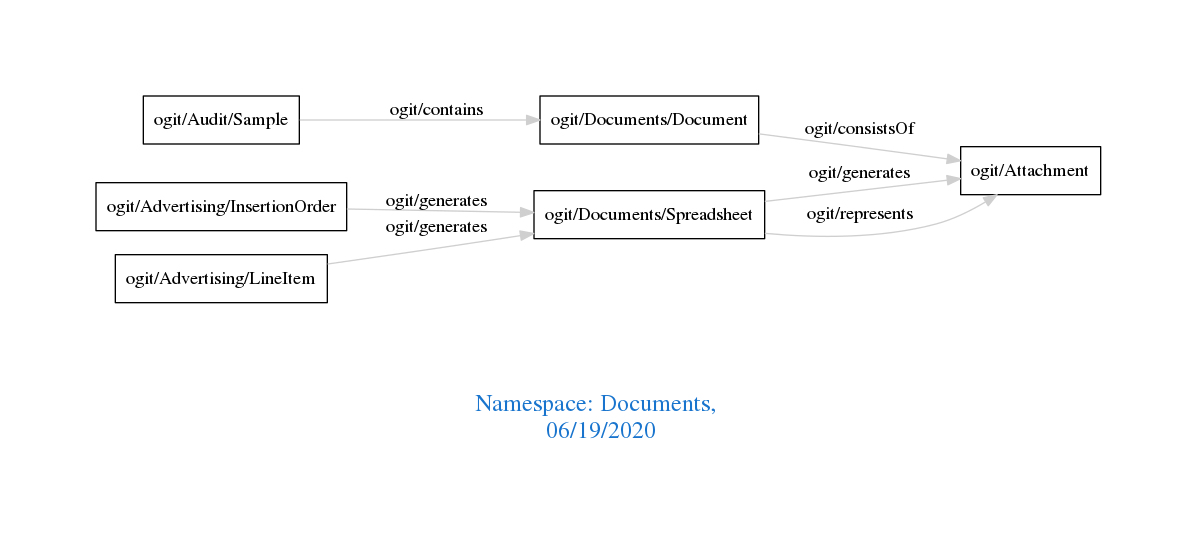
This is downloads/Documents.png from arago/OGIT, a Graphviz export, as it was before one commit. Its source is kept beside it as downloads/Documents.dot.
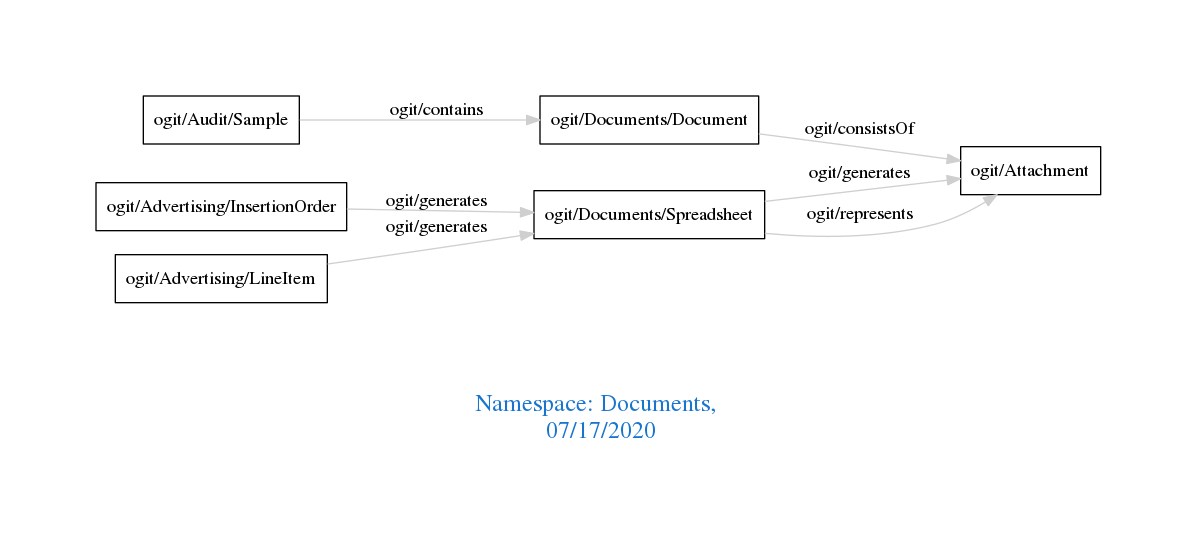
The same diagram one commit later.

The edit, as a diff of the source:
```diff
@@ -1,7 +1,7 @@
 digraph OGIT_ontology {
  graph [ rankdir= LR,pad=1
 fontsize = 18,
-fontcolor= dodgerblue3,label = "\n\n\nNamespace: Documents, \n 06/19/2020"];
+fontcolor= dodgerblue3,label = "\n\n\nNamespace: Documents, \n 07/17/2020"];
 node[shape=polygon];
 edge [  color="gray81"];
 
```
